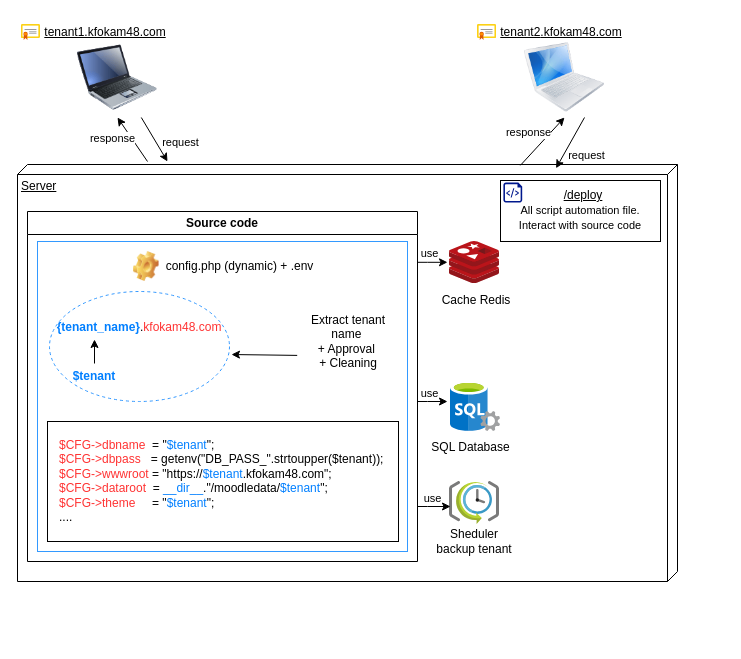
sngdtechnologies/Calculatrice keeps this draw.io diagram as Diagramme sans nom.drawio. Above is the earlier version. Source tidied: cells renumbered, new cells numbered last; positions are measured from the earlier drawing's top-left corner, leaving out a move shared by most shapes. Both pictures are drawn from the tidied source at 100%, with x=0, y=0 at pixel (17, 17). Pictures stored in the file or linked from it are replaced by grey dashed boxes.
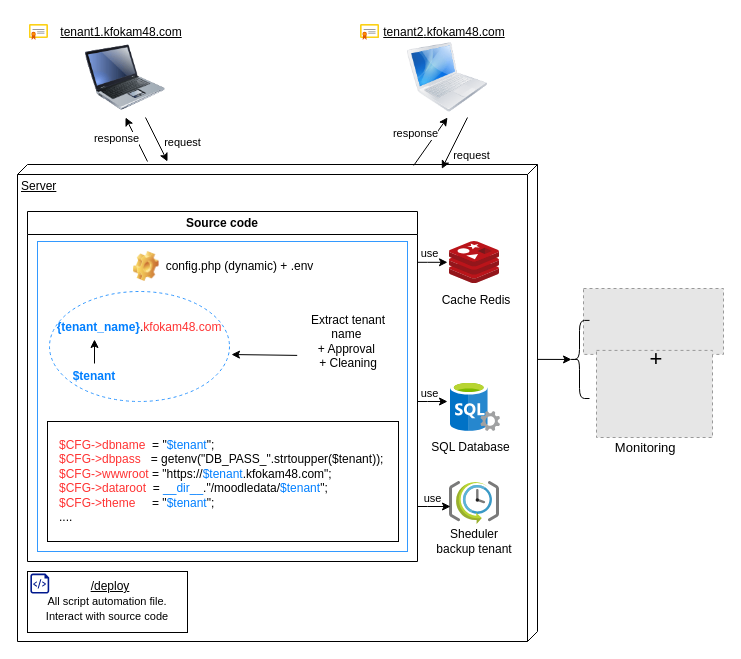
The same page after the edit.

Commit message:
Mettre à jour Diagramme sans nom.drawio

The edit, as a diff of the source:
```diff
@@
     <mxCell id="2" style="image;html=1;image=img/lib/clip_art/computers/Laptop_128x128.png;" parent="1" vertex="1">
-      <mxGeometry x="60" y="20" width="80" height="80" as="geometry" />
+      <mxGeometry x="68" y="20" width="80" height="80" as="geometry" />
     </mxCell>
     <mxCell id="3" style="image;html=1;image=img/lib/clip_art/computers/MacBook_128x128.png;" parent="1" vertex="1">
-      <mxGeometry x="507" y="20" width="80" height="80" as="geometry" />
+      <mxGeometry x="390" y="20" width="80" height="80" as="geometry" />
     </mxCell>
     <mxCell id="4" value="&lt;u&gt;tenant1.kfokam48.com&lt;/u&gt;" style="text;html=1;align=center;verticalAlign=middle;whiteSpace=wrap;rounded=0;" parent="1" vertex="1">
-      <mxGeometry x="23" width="130" height="30" as="geometry" />
+      <mxGeometry x="39" width="130" height="30" as="geometry" />
     </mxCell>
     <mxCell id="5" value="&lt;u&gt;tenant2&lt;span style=&quot;background-color: transparent; color: light-dark(rgb(0, 0, 0), rgb(255, 255, 255));&quot;&gt;.kfokam48.com&lt;/span&gt;&lt;/u&gt;" style="text;html=1;align=center;verticalAlign=middle;whiteSpace=wrap;rounded=0;" parent="1" vertex="1">
-      <mxGeometry x="479" width="130" height="30" as="geometry" />
+      <mxGeometry x="362" width="130" height="30" as="geometry" />
     </mxCell>
     <mxCell id="6" value="Server" style="verticalAlign=top;align=left;spacingTop=8;spacingLeft=2;spacingRight=12;shape=cube;size=10;direction=south;fontStyle=4;html=1;whiteSpace=wrap;" parent="1" vertex="1">
-      <mxGeometry y="147" width="660" height="417" as="geometry" />
+      <mxGeometry y="147" width="520" height="477" as="geometry" />
     </mxCell>
@@
     <mxCell id="27" style="image;sketch=0;html=1;align=center;fontSize=12;image=img/lib/mscae/Certificate.svg;" parent="1" vertex="1">
-      <mxGeometry x="3.9" y="7" width="19.1" height="16" as="geometry" />
+      <mxGeometry x="11.9" y="7" width="19.1" height="16" as="geometry" />
     </mxCell>
     <mxCell id="28" style="image;sketch=0;html=1;align=center;fontSize=12;image=img/lib/mscae/Certificate.svg;" parent="1" vertex="1">
-      <mxGeometry x="460" y="7" width="19.1" height="16" as="geometry" />
+      <mxGeometry x="343" y="7" width="19.1" height="16" as="geometry" />
     </mxCell>
@@
     <mxCell id="41" style="rounded=0;whiteSpace=wrap;html=1;" parent="1" vertex="1">
-      <mxGeometry x="483" y="163" width="160" height="61" as="geometry" />
+      <mxGeometry x="10" y="554" width="160" height="61" as="geometry" />
     </mxCell>
     <mxCell id="42" value="&lt;u&gt;/deploy&lt;/u&gt;" style="text;html=1;align=center;verticalAlign=middle;whiteSpace=wrap;rounded=0;" parent="1" vertex="1">
-      <mxGeometry x="535.7" y="168" width="60" height="20" as="geometry" />
+      <mxGeometry x="62.7" y="559" width="60" height="20" as="geometry" />
     </mxCell>
     <mxCell id="43" value="&lt;span style=&quot;font-size: 11px; text-wrap-mode: nowrap; background-color: rgb(255, 255, 255);&quot;&gt;All script automation file.&lt;/span&gt;&lt;div&gt;&lt;span style=&quot;font-size: 11px; text-wrap-mode: nowrap; background-color: rgb(255, 255, 255);&quot;&gt;Interact with source code&lt;/span&gt;&lt;/div&gt;" style="text;html=1;align=center;verticalAlign=middle;whiteSpace=wrap;rounded=0;" parent="1" vertex="1">
-      <mxGeometry x="500" y="190" width="126" height="20" as="geometry" />
+      <mxGeometry x="27" y="581" width="126" height="20" as="geometry" />
     </mxCell>
     <mxCell id="44" style="sketch=0;shadow=0;dashed=0;html=1;strokeColor=none;labelPosition=center;verticalLabelPosition=bottom;verticalAlign=top;align=center;fillColor=#00188D;shape=mxgraph.azure.script_file;" parent="1" vertex="1">
-      <mxGeometry x="485.9" y="165" width="18.8" height="20" as="geometry" />
+      <mxGeometry x="12.9" y="556" width="18.8" height="20" as="geometry" />
     </mxCell>
+    <mxCell id="45" style="fillColor=#E6E6E6;strokeColor=#999999;dashed=1;verticalLabelPosition=bottom;labelBackgroundColor=default;verticalAlign=top;" parent="1" vertex="1">
+      <mxGeometry x="566" y="271" width="140" height="65.9" as="geometry" />
+    </mxCell>
+    <mxCell id="46" style="fillColor=#E6E6E6;strokeColor=#999999;dashed=1;verticalLabelPosition=bottom;labelBackgroundColor=default;verticalAlign=top;" parent="1" vertex="1">
+      <mxGeometry x="579" y="332.9" width="116" height="87.1" as="geometry" />
+    </mxCell>
+    <mxCell id="47" value="&lt;font style=&quot;font-size: 22px;&quot;&gt;+&lt;/font&gt;" style="text;html=1;align=center;verticalAlign=middle;whiteSpace=wrap;rounded=0;" parent="1" vertex="1">
+      <mxGeometry x="609" y="326.9" width="60" height="30" as="geometry" />
+    </mxCell>
+    <mxCell id="48" style="shape=curlyBracket;whiteSpace=wrap;html=1;rounded=1;labelPosition=left;verticalLabelPosition=middle;align=right;verticalAlign=middle;" parent="1" vertex="1">
+      <mxGeometry x="552" y="302.9" width="20" height="78.1" as="geometry" />
+    </mxCell>
+    <mxCell id="49" style="endArrow=classic;html=1;rounded=0;entryX=0.1;entryY=0.5;entryDx=0;entryDy=0;entryPerimeter=0;" parent="1" edge="1" target="48">
+      <mxGeometry relative="1" as="geometry">
+        <mxPoint x="520" y="341.9" as="sourcePoint" />
+      </mxGeometry>
+    </mxCell>
+    <mxCell id="50" value="&lt;font style=&quot;font-size: 13px;&quot;&gt;Monitoring&amp;nbsp;&lt;/font&gt;" style="text;html=1;align=center;verticalAlign=middle;whiteSpace=wrap;rounded=0;" parent="1" vertex="1">
+      <mxGeometry x="600" y="415" width="60" height="30" as="geometry" />
+    </mxCell>
```
